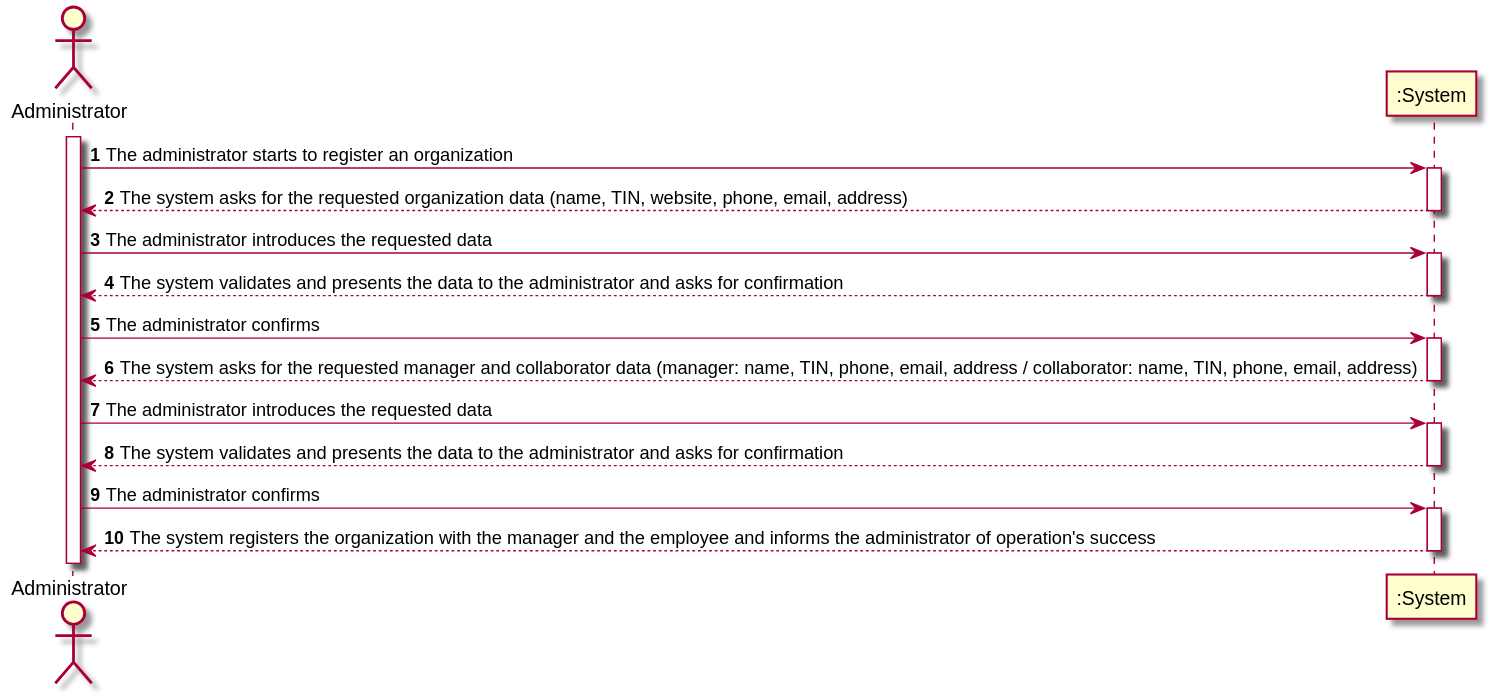
This is LAPR2-2020-G010-Application/docs/usecases/UC2/UC2_SSD.svg from LourencoMelo/ISEP-LAPR2, a PlantUML export, as it was before one commit.
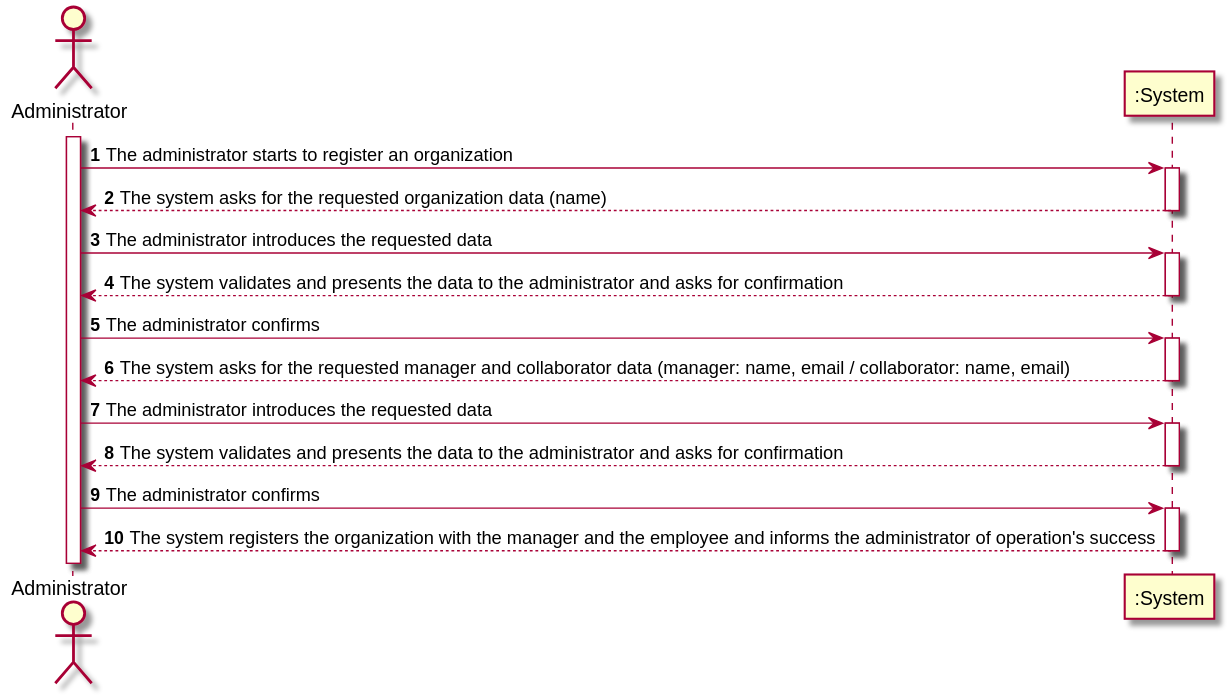
The same file after the commit.

What changed in the source:
```diff
@@ -7,7 +7,7 @@
 activate ADMIN
 ADMIN -> SYS : The administrator starts to register an organization
 activate SYS
-ADMIN <-- SYS : The system asks for the requested organization data (name, TIN, website, phone, email, address)
+ADMIN <-- SYS : The system asks for the requested organization data (name)
 deactivate SYS
 ADMIN -> SYS : The administrator introduces the requested data
 activate SYS
@@ -15,7 +15,7 @@
 deactivate SYS
 ADMIN -> SYS : The administrator confirms
 activate SYS
-ADMIN <-- SYS : The system asks for the requested manager and collaborator data (manager: name, TIN, phone, email, address / collaborator: name, TIN, phone, email, address)
+ADMIN <-- SYS : The system asks for the requested manager and collaborator data (manager: name, email / collaborator: name, email)
 deactivate SYS
 ADMIN -> SYS : The administrator introduces the requested data
 activate SYS
```
